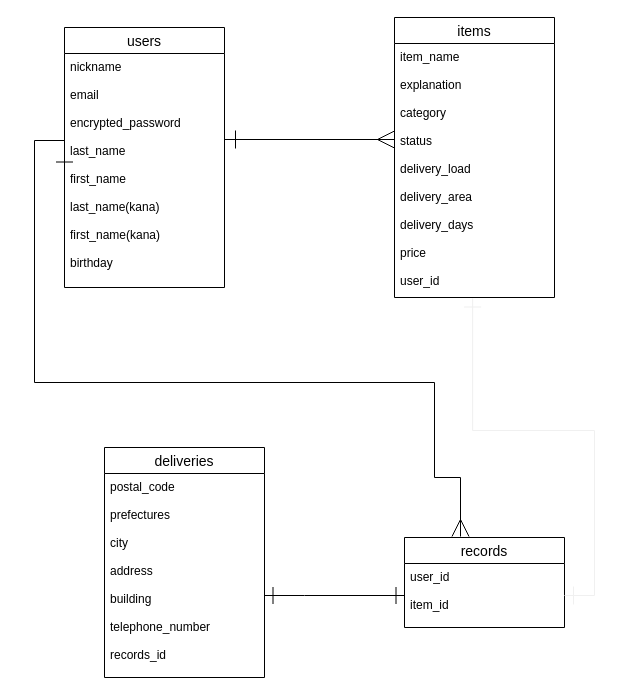
This is db/text.dio from gnggng55/furima-36987, a draw.io file, before an edit. Source tidied: cells renumbered, new cells numbered last; positions are measured from the earlier drawing's top-left corner, leaving out a move shared by most shapes. Both pictures are drawn from the tidied source at 100%, with x=0, y=0 at pixel (34, 17).
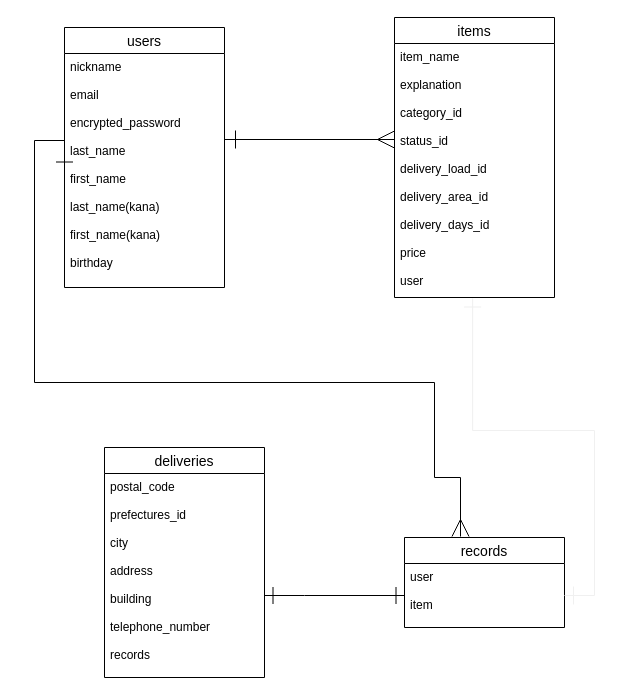
The same page after the edit.

Unchanged cells that the change refers to:
```xml
<mxCell id="5" value="items" style="swimlane;fontStyle=0;horizontal=1;startSize=26;align=center;fontSize=14;" parent="1" vertex="1">
  <mxGeometry x="360" width="160" height="280" as="geometry" />
</mxCell>
<mxCell id="7" value="records" style="swimlane;fontStyle=0;horizontal=1;startSize=26;align=center;fontSize=14;" parent="1" vertex="1">
  <mxGeometry x="370" y="520" width="160" height="90" as="geometry" />
</mxCell>
<mxCell id="11" value="deliveries" style="swimlane;fontStyle=0;horizontal=1;startSize=26;align=center;fontSize=14;" parent="1" vertex="1">
  <mxGeometry x="70" y="430" width="160" height="230" as="geometry" />
</mxCell>
```

The edit, as a diff of the source:
```diff
@@
-    <mxCell id="6" value="item_name&#10;&#10;explanation&#10;&#10;category&#10;&#10;status&#10;&#10;delivery_load&#10;&#10;delivery_area&#10;&#10;delivery_days&#10;&#10;price&#10;&#10;user_id" style="text;strokeColor=none;fillColor=none;spacingLeft=4;spacingRight=4;overflow=hidden;points=[[0,0.5],[1,0.5]];portConstraint=eastwest;fontSize=12;" parent="5" vertex="1">
+    <mxCell id="6" value="item_name&#10;&#10;explanation&#10;&#10;category_id&#10;&#10;status_id&#10;&#10;delivery_load_id&#10;&#10;delivery_area_id&#10;&#10;delivery_days_id&#10;&#10;price&#10;&#10;user" style="text;strokeColor=none;fillColor=none;spacingLeft=4;spacingRight=4;overflow=hidden;points=[[0,0.5],[1,0.5]];portConstraint=eastwest;fontSize=12;" parent="5" vertex="1">
       <mxGeometry y="26" width="160" height="254" as="geometry" />
     </mxCell>
@@
-    <mxCell id="8" value="user_id&#10;&#10;item_id" style="text;strokeColor=none;fillColor=none;spacingLeft=4;spacingRight=4;overflow=hidden;points=[[0,0.5],[1,0.5]];portConstraint=eastwest;fontSize=12;" parent="7" vertex="1">
+    <mxCell id="8" value="user&#10;&#10;item" style="text;strokeColor=none;fillColor=none;spacingLeft=4;spacingRight=4;overflow=hidden;points=[[0,0.5],[1,0.5]];portConstraint=eastwest;fontSize=12;" parent="7" vertex="1">
       <mxGeometry y="26" width="160" height="64" as="geometry" />
     </mxCell>
@@
-    <mxCell id="12" value="postal_code&#10;&#10;prefectures&#10;&#10;city&#10;&#10;address&#10;&#10;building&#10;&#10;telephone_number&#10;&#10;records_id&#10;&#10;" style="text;strokeColor=none;fillColor=none;spacingLeft=4;spacingRight=4;overflow=hidden;points=[[0,0.5],[1,0.5]];portConstraint=eastwest;fontSize=12;" parent="11" vertex="1">
+    <mxCell id="12" value="postal_code&#10;&#10;prefectures_id&#10;&#10;city&#10;&#10;address&#10;&#10;building&#10;&#10;telephone_number&#10;&#10;records&#10;&#10;" style="text;strokeColor=none;fillColor=none;spacingLeft=4;spacingRight=4;overflow=hidden;points=[[0,0.5],[1,0.5]];portConstraint=eastwest;fontSize=12;" parent="11" vertex="1">
       <mxGeometry y="26" width="160" height="204" as="geometry" />
     </mxCell>
```
